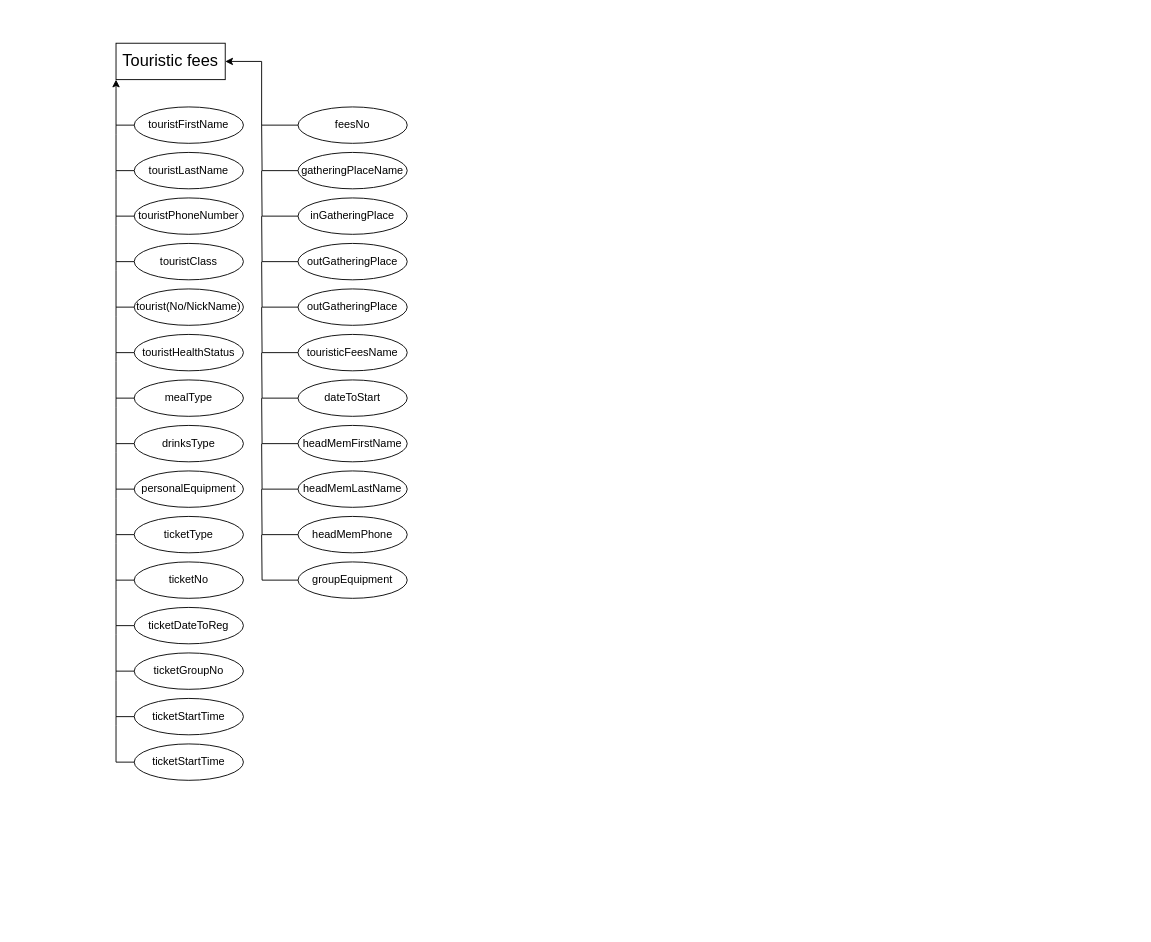
Above: Untitled Diagram.drawio in maxonchickdev/maxonchickdev (draw.io), before the change. Source tidied: cells renumbered, new cells numbered last; positions are measured from the earlier drawing's top-left corner, leaving out a move shared by most shapes. Both pictures are drawn from the tidied source at 91%, with x=0, y=0 at pixel (116, 43).
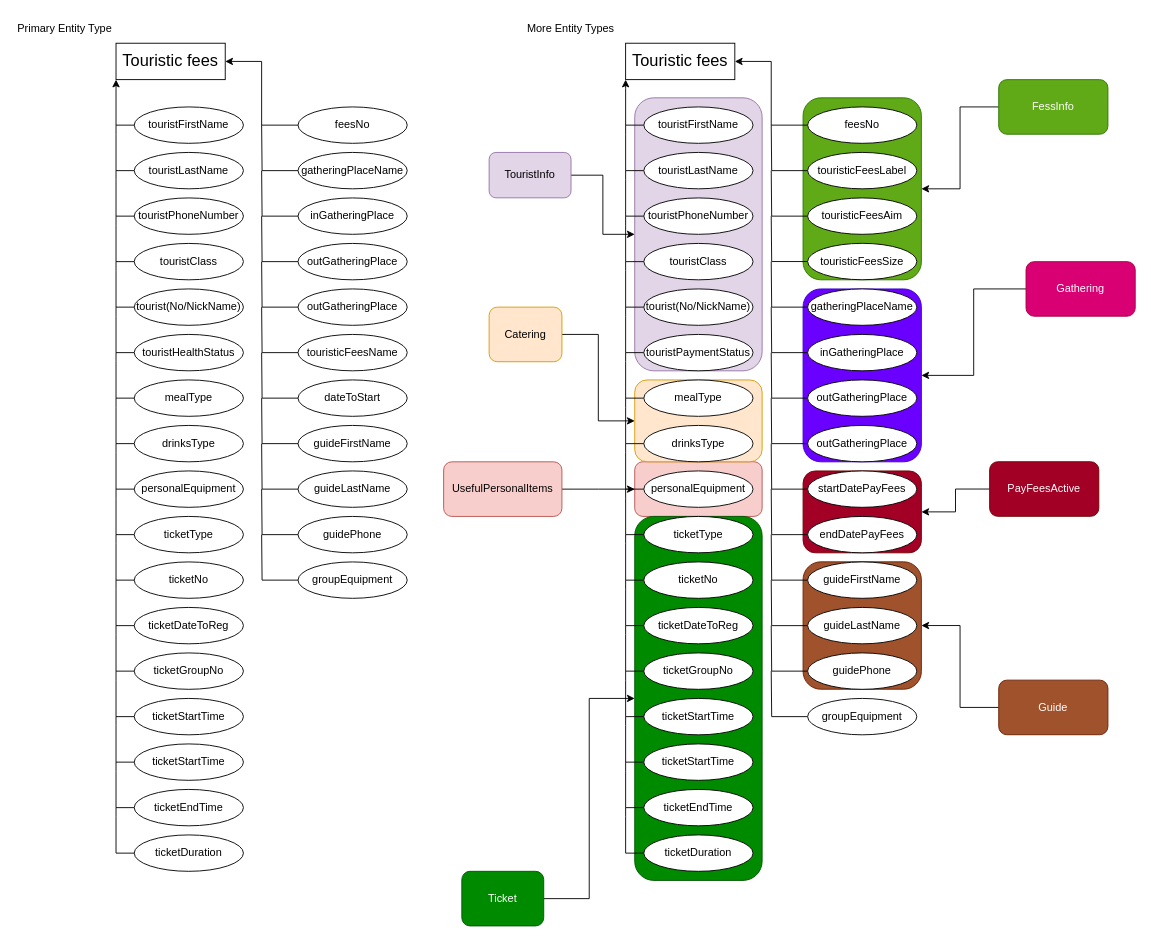
After the change.

What changed in the source:
```diff
@@
+    <mxCell id="55" style="rounded=1;whiteSpace=wrap;html=1;fillColor=#a0522d;fontColor=#ffffff;strokeColor=#6D1F00;" parent="1" vertex="1">
+      <mxGeometry x="755" y="569.9" width="130" height="140" as="geometry" />
+    </mxCell>
+    <mxCell id="56" style="rounded=1;whiteSpace=wrap;html=1;fillColor=#a20025;fontColor=#ffffff;strokeColor=#6F0000;" parent="1" vertex="1">
+      <mxGeometry x="755" y="470" width="130" height="90" as="geometry" />
+    </mxCell>
+    <mxCell id="57" style="rounded=1;whiteSpace=wrap;html=1;fillColor=#60a917;fontColor=#ffffff;strokeColor=#2D7600;" parent="1" vertex="1">
+      <mxGeometry x="755" y="60" width="130" height="200" as="geometry" />
+    </mxCell>
+    <mxCell id="58" style="rounded=1;whiteSpace=wrap;html=1;fillColor=#6a00ff;fontColor=#ffffff;strokeColor=#3700CC;" parent="1" vertex="1">
+      <mxGeometry x="755" y="270" width="130" height="190" as="geometry" />
+    </mxCell>
+    <mxCell id="59" style="rounded=1;whiteSpace=wrap;html=1;fillColor=#f8cecc;strokeColor=#b85450;" parent="1" vertex="1">
+      <mxGeometry x="570" y="459.9" width="140" height="60.1" as="geometry" />
+    </mxCell>
+    <mxCell id="60" style="rounded=1;whiteSpace=wrap;html=1;fillColor=#e1d5e7;strokeColor=#9673a6;" parent="1" vertex="1">
+      <mxGeometry x="570" y="60" width="140" height="300" as="geometry" />
+    </mxCell>
+    <mxCell id="61" style="rounded=1;whiteSpace=wrap;html=1;fillColor=#ffe6cc;strokeColor=#d79b00;" parent="1" vertex="1">
+      <mxGeometry x="570" y="370" width="140" height="90" as="geometry" />
+    </mxCell>
+    <mxCell id="62" style="rounded=1;whiteSpace=wrap;html=1;fillColor=#008a00;fontColor=#ffffff;strokeColor=#005700;" parent="1" vertex="1">
+      <mxGeometry x="570" y="520" width="140" height="400" as="geometry" />
+    </mxCell>
@@
-    <mxCell id="36" value="&lt;div&gt;headMemFirstName&lt;/div&gt;" style="ellipse;whiteSpace=wrap;html=1;" parent="1" vertex="1">
+    <mxCell id="36" value="&lt;div&gt;guideFirstName&lt;/div&gt;" style="ellipse;whiteSpace=wrap;html=1;" parent="1" vertex="1">
       <mxGeometry x="200" y="420" width="120" height="40" as="geometry" />
     </mxCell>
@@
-    <mxCell id="38" value="&lt;div&gt;headMemLastName&lt;/div&gt;" style="ellipse;whiteSpace=wrap;html=1;" parent="1" vertex="1">
+    <mxCell id="38" value="&lt;div&gt;guideLastName&lt;/div&gt;" style="ellipse;whiteSpace=wrap;html=1;" parent="1" vertex="1">
       <mxGeometry x="200" y="470" width="120" height="40" as="geometry" />
     </mxCell>
@@
-    <mxCell id="40" value="&lt;div&gt;headMemPhone&lt;/div&gt;" style="ellipse;whiteSpace=wrap;html=1;" parent="1" vertex="1">
+    <mxCell id="40" value="&lt;div&gt;guidePhone&lt;/div&gt;" style="ellipse;whiteSpace=wrap;html=1;" parent="1" vertex="1">
       <mxGeometry x="200" y="520" width="120" height="40" as="geometry" />
     </mxCell>
@@
+    <mxCell id="63" style="edgeStyle=orthogonalEdgeStyle;rounded=0;jettySize=auto;html=1;endArrow=none;endFill=0;" parent="1" edge="1" source="64">
+      <mxGeometry relative="1" as="geometry">
+        <mxPoint y="790" as="targetPoint" />
+      </mxGeometry>
+    </mxCell>
+    <mxCell id="64" value="ticketEndTime" style="ellipse;whiteSpace=wrap;html=1;" parent="1" vertex="1">
+      <mxGeometry x="20" y="820" width="120" height="40" as="geometry" />
+    </mxCell>
+    <mxCell id="65" style="edgeStyle=orthogonalEdgeStyle;rounded=0;jettySize=auto;html=1;endArrow=none;endFill=0;" parent="1" edge="1" source="66">
+      <mxGeometry relative="1" as="geometry">
+        <mxPoint y="840" as="targetPoint" />
+      </mxGeometry>
+    </mxCell>
+    <mxCell id="66" value="ticketDuration" style="ellipse;whiteSpace=wrap;html=1;" parent="1" vertex="1">
+      <mxGeometry x="20" y="870" width="120" height="40" as="geometry" />
+    </mxCell>
+    <mxCell id="67" value="&lt;font style=&quot;font-size: 18px;&quot;&gt;Touristic fees&lt;/font&gt;" style="rounded=0;whiteSpace=wrap;html=1;" parent="1" vertex="1">
+      <mxGeometry x="560" width="120" height="40" as="geometry" />
+    </mxCell>
+    <mxCell id="68" style="edgeStyle=orthogonalEdgeStyle;rounded=0;jettySize=auto;html=1;" parent="1" edge="1" source="69">
+      <mxGeometry relative="1" as="geometry">
+        <mxPoint x="560" y="40" as="targetPoint" />
+      </mxGeometry>
+    </mxCell>
+    <mxCell id="69" value="touristFirstName" style="ellipse;whiteSpace=wrap;html=1;" parent="1" vertex="1">
+      <mxGeometry x="580" y="70" width="120" height="40" as="geometry" />
+    </mxCell>
+    <mxCell id="70" style="edgeStyle=orthogonalEdgeStyle;rounded=0;jettySize=auto;html=1;endArrow=none;endFill=0;" parent="1" edge="1" source="71">
+      <mxGeometry relative="1" as="geometry">
+        <mxPoint x="560" y="90" as="targetPoint" />
+      </mxGeometry>
+    </mxCell>
+    <mxCell id="71" value="touristLastName" style="ellipse;whiteSpace=wrap;html=1;" parent="1" vertex="1">
+      <mxGeometry x="580" y="120" width="120" height="40" as="geometry" />
+    </mxCell>
+    <mxCell id="72" style="edgeStyle=orthogonalEdgeStyle;rounded=0;jettySize=auto;html=1;endArrow=none;endFill=0;" parent="1" edge="1" source="73">
+      <mxGeometry relative="1" as="geometry">
+        <mxPoint x="560" y="140" as="targetPoint" />
+      </mxGeometry>
+    </mxCell>
+    <mxCell id="73" value="touristPhoneNumber" style="ellipse;whiteSpace=wrap;html=1;" parent="1" vertex="1">
+      <mxGeometry x="580" y="170" width="120" height="40" as="geometry" />
+    </mxCell>
+    <mxCell id="74" style="edgeStyle=orthogonalEdgeStyle;rounded=0;jettySize=auto;html=1;endArrow=none;endFill=0;" parent="1" edge="1" source="75">
+      <mxGeometry relative="1" as="geometry">
+        <mxPoint x="560" y="190" as="targetPoint" />
+      </mxGeometry>
+    </mxCell>
+    <mxCell id="75" value="touristClass" style="ellipse;whiteSpace=wrap;html=1;" parent="1" vertex="1">
+      <mxGeometry x="580" y="220" width="120" height="40" as="geometry" />
+    </mxCell>
+    <mxCell id="76" style="edgeStyle=orthogonalEdgeStyle;rounded=0;jettySize=auto;html=1;endArrow=none;endFill=0;" parent="1" edge="1" source="77">
+      <mxGeometry relative="1" as="geometry">
+        <mxPoint x="560" y="240" as="targetPoint" />
+      </mxGeometry>
+    </mxCell>
+    <mxCell id="77" value="tourist(No/NickName)" style="ellipse;whiteSpace=wrap;html=1;" parent="1" vertex="1">
+      <mxGeometry x="580" y="270" width="120" height="40" as="geometry" />
+    </mxCell>
+    <mxCell id="78" style="edgeStyle=orthogonalEdgeStyle;rounded=0;jettySize=auto;html=1;endArrow=none;endFill=0;" parent="1" edge="1" source="79">
+      <mxGeometry relative="1" as="geometry">
+        <mxPoint x="560" y="290" as="targetPoint" />
+      </mxGeometry>
+    </mxCell>
+    <mxCell id="79" value="touristPaymentStatus" style="ellipse;whiteSpace=wrap;html=1;" parent="1" vertex="1">
+      <mxGeometry x="580" y="320" width="120" height="40" as="geometry" />
+    </mxCell>
+    <mxCell id="80" style="edgeStyle=orthogonalEdgeStyle;rounded=0;jettySize=auto;html=1;endArrow=none;endFill=0;" parent="1" edge="1" source="81">
+      <mxGeometry relative="1" as="geometry">
+        <mxPoint x="560" y="340" as="targetPoint" />
+      </mxGeometry>
+    </mxCell>
+    <mxCell id="81" value="mealType" style="ellipse;whiteSpace=wrap;html=1;" parent="1" vertex="1">
+      <mxGeometry x="580" y="370" width="120" height="40" as="geometry" />
+    </mxCell>
+    <mxCell id="82" style="edgeStyle=orthogonalEdgeStyle;rounded=0;jettySize=auto;html=1;endArrow=none;endFill=0;" parent="1" edge="1" source="83">
+      <mxGeometry relative="1" as="geometry">
+        <mxPoint x="560" y="390" as="targetPoint" />
+      </mxGeometry>
+    </mxCell>
+    <mxCell id="83" value="drinksType" style="ellipse;whiteSpace=wrap;html=1;" parent="1" vertex="1">
+      <mxGeometry x="580" y="420" width="120" height="40" as="geometry" />
+    </mxCell>
+    <mxCell id="84" style="edgeStyle=orthogonalEdgeStyle;rounded=0;jettySize=auto;html=1;endArrow=none;endFill=0;" parent="1" edge="1" source="85">
+      <mxGeometry relative="1" as="geometry">
+        <mxPoint x="560" y="440" as="targetPoint" />
+      </mxGeometry>
+    </mxCell>
+    <mxCell id="85" value="personalEquipment" style="ellipse;whiteSpace=wrap;html=1;" parent="1" vertex="1">
+      <mxGeometry x="580" y="470" width="120" height="40" as="geometry" />
+    </mxCell>
+    <mxCell id="86" style="edgeStyle=orthogonalEdgeStyle;rounded=0;jettySize=auto;html=1;entryX=1;entryY=0.5;entryDx=0;entryDy=0;" parent="1" edge="1" source="87" target="67">
+      <mxGeometry relative="1" as="geometry">
+        <Array as="points">
+          <mxPoint x="720" y="90" />
+          <mxPoint x="720" y="20" />
+        </Array>
+      </mxGeometry>
+    </mxCell>
+    <mxCell id="87" value="feesNo" style="ellipse;whiteSpace=wrap;html=1;" parent="1" vertex="1">
+      <mxGeometry x="760" y="70" width="120" height="40" as="geometry" />
+    </mxCell>
+    <mxCell id="88" style="edgeStyle=orthogonalEdgeStyle;rounded=0;jettySize=auto;html=1;endArrow=none;endFill=0;" parent="1" edge="1" source="89">
+      <mxGeometry relative="1" as="geometry">
+        <mxPoint x="720" y="240" as="targetPoint" />
+      </mxGeometry>
+    </mxCell>
+    <mxCell id="89" value="gatheringPlaceName" style="ellipse;whiteSpace=wrap;html=1;" parent="1" vertex="1">
+      <mxGeometry x="760" y="270" width="120" height="40" as="geometry" />
+    </mxCell>
+    <mxCell id="90" style="edgeStyle=orthogonalEdgeStyle;rounded=0;jettySize=auto;html=1;endArrow=none;endFill=0;" parent="1" edge="1" source="91">
+      <mxGeometry relative="1" as="geometry">
+        <mxPoint x="720" y="290" as="targetPoint" />
+      </mxGeometry>
+    </mxCell>
+    <mxCell id="91" value="inGatheringPlace" style="ellipse;whiteSpace=wrap;html=1;" parent="1" vertex="1">
+      <mxGeometry x="760" y="320" width="120" height="40" as="geometry" />
+    </mxCell>
+    <mxCell id="92" style="edgeStyle=orthogonalEdgeStyle;rounded=0;jettySize=auto;html=1;endArrow=none;endFill=0;" parent="1" edge="1" source="93">
+      <mxGeometry relative="1" as="geometry">
+        <mxPoint x="720" y="340" as="targetPoint" />
+      </mxGeometry>
+    </mxCell>
+    <mxCell id="93" value="outGatheringPlace" style="ellipse;whiteSpace=wrap;html=1;" parent="1" vertex="1">
+      <mxGeometry x="760" y="370" width="120" height="40" as="geometry" />
+    </mxCell>
+    <mxCell id="94" style="edgeStyle=orthogonalEdgeStyle;rounded=0;jettySize=auto;html=1;endArrow=none;endFill=0;" parent="1" edge="1" source="95">
+      <mxGeometry relative="1" as="geometry">
+        <mxPoint x="720" y="390" as="targetPoint" />
+      </mxGeometry>
+    </mxCell>
+    <mxCell id="95" value="outGatheringPlace" style="ellipse;whiteSpace=wrap;html=1;" parent="1" vertex="1">
+      <mxGeometry x="760" y="420" width="120" height="40" as="geometry" />
+    </mxCell>
+    <mxCell id="96" style="edgeStyle=orthogonalEdgeStyle;rounded=0;jettySize=auto;html=1;endArrow=none;endFill=0;" parent="1" edge="1" source="97">
+      <mxGeometry relative="1" as="geometry">
+        <mxPoint x="720" y="90" as="targetPoint" />
+      </mxGeometry>
+    </mxCell>
+    <mxCell id="97" value="touristicFeesLabel" style="ellipse;whiteSpace=wrap;html=1;" parent="1" vertex="1">
+      <mxGeometry x="760" y="120" width="120" height="40" as="geometry" />
+    </mxCell>
+    <mxCell id="98" style="edgeStyle=orthogonalEdgeStyle;rounded=0;jettySize=auto;html=1;endArrow=none;endFill=0;" parent="1" edge="1" source="99">
+      <mxGeometry relative="1" as="geometry">
+        <mxPoint x="720" y="440" as="targetPoint" />
+      </mxGeometry>
+    </mxCell>
+    <mxCell id="99" value="startDatePayFees" style="ellipse;whiteSpace=wrap;html=1;" parent="1" vertex="1">
+      <mxGeometry x="760" y="470" width="120" height="40" as="geometry" />
+    </mxCell>
+    <mxCell id="100" style="edgeStyle=orthogonalEdgeStyle;rounded=0;jettySize=auto;html=1;endArrow=none;endFill=0;" parent="1" edge="1" source="101">
+      <mxGeometry relative="1" as="geometry">
+        <mxPoint x="720" y="540" as="targetPoint" />
+      </mxGeometry>
+    </mxCell>
+    <mxCell id="101" value="&lt;div&gt;guideFirstName&lt;/div&gt;" style="ellipse;whiteSpace=wrap;html=1;" parent="1" vertex="1">
+      <mxGeometry x="760" y="570" width="120" height="40" as="geometry" />
+    </mxCell>
+    <mxCell id="102" style="edgeStyle=orthogonalEdgeStyle;rounded=0;jettySize=auto;html=1;endArrow=none;endFill=0;" parent="1" edge="1" source="103">
+      <mxGeometry relative="1" as="geometry">
+        <mxPoint x="720" y="590" as="targetPoint" />
+      </mxGeometry>
+    </mxCell>
+    <mxCell id="103" value="&lt;div&gt;guideLastName&lt;/div&gt;" style="ellipse;whiteSpace=wrap;html=1;" parent="1" vertex="1">
+      <mxGeometry x="760" y="620" width="120" height="40" as="geometry" />
+    </mxCell>
+    <mxCell id="104" style="edgeStyle=orthogonalEdgeStyle;rounded=0;jettySize=auto;html=1;endArrow=none;endFill=0;" parent="1" edge="1" source="105">
+      <mxGeometry relative="1" as="geometry">
+        <mxPoint x="720" y="640" as="targetPoint" />
+      </mxGeometry>
+    </mxCell>
+    <mxCell id="105" value="&lt;div&gt;guidePhone&lt;/div&gt;" style="ellipse;whiteSpace=wrap;html=1;" parent="1" vertex="1">
+      <mxGeometry x="760" y="670" width="120" height="40" as="geometry" />
+    </mxCell>
+    <mxCell id="106" style="edgeStyle=orthogonalEdgeStyle;rounded=0;jettySize=auto;html=1;endArrow=none;endFill=0;" parent="1" edge="1" source="107">
+      <mxGeometry relative="1" as="geometry">
+        <mxPoint x="720" y="690" as="targetPoint" />
+      </mxGeometry>
+    </mxCell>
+    <mxCell id="107" value="groupEquipment" style="ellipse;whiteSpace=wrap;html=1;" parent="1" vertex="1">
+      <mxGeometry x="760" y="720" width="120" height="40" as="geometry" />
+    </mxCell>
+    <mxCell id="108" style="edgeStyle=orthogonalEdgeStyle;rounded=0;jettySize=auto;html=1;endArrow=none;endFill=0;" parent="1" edge="1" source="109">
+      <mxGeometry relative="1" as="geometry">
+        <mxPoint x="560" y="490" as="targetPoint" />
+      </mxGeometry>
+    </mxCell>
+    <mxCell id="109" value="ticketType" style="ellipse;whiteSpace=wrap;html=1;" parent="1" vertex="1">
+      <mxGeometry x="580" y="520" width="120" height="40" as="geometry" />
+    </mxCell>
+    <mxCell id="110" style="edgeStyle=orthogonalEdgeStyle;rounded=0;jettySize=auto;html=1;endArrow=none;endFill=0;" parent="1" edge="1" source="111">
+      <mxGeometry relative="1" as="geometry">
+        <mxPoint x="560" y="540" as="targetPoint" />
+      </mxGeometry>
+    </mxCell>
+    <mxCell id="111" value="ticketNo" style="ellipse;whiteSpace=wrap;html=1;" parent="1" vertex="1">
+      <mxGeometry x="580" y="570" width="120" height="40" as="geometry" />
+    </mxCell>
+    <mxCell id="112" style="edgeStyle=orthogonalEdgeStyle;rounded=0;jettySize=auto;html=1;endArrow=none;endFill=0;" parent="1" edge="1" source="113">
+      <mxGeometry relative="1" as="geometry">
+        <mxPoint x="560" y="590" as="targetPoint" />
+      </mxGeometry>
+    </mxCell>
+    <mxCell id="113" value="ticketDateToReg" style="ellipse;whiteSpace=wrap;html=1;" parent="1" vertex="1">
+      <mxGeometry x="580" y="620" width="120" height="40" as="geometry" />
+    </mxCell>
+    <mxCell id="114" style="edgeStyle=orthogonalEdgeStyle;rounded=0;jettySize=auto;html=1;endArrow=none;endFill=0;" parent="1" edge="1" source="115">
+      <mxGeometry relative="1" as="geometry">
+        <mxPoint x="560" y="640" as="targetPoint" />
+      </mxGeometry>
+    </mxCell>
+    <mxCell id="115" value="ticketGroupNo" style="ellipse;whiteSpace=wrap;html=1;" parent="1" vertex="1">
+      <mxGeometry x="580" y="670" width="120" height="40" as="geometry" />
+    </mxCell>
+    <mxCell id="116" style="edgeStyle=orthogonalEdgeStyle;rounded=0;jettySize=auto;html=1;endArrow=none;endFill=0;" parent="1" edge="1" source="117">
+      <mxGeometry relative="1" as="geometry">
+        <mxPoint x="560" y="690" as="targetPoint" />
+      </mxGeometry>
+    </mxCell>
+    <mxCell id="117" value="ticketStartTime" style="ellipse;whiteSpace=wrap;html=1;" parent="1" vertex="1">
+      <mxGeometry x="580" y="720" width="120" height="40" as="geometry" />
+    </mxCell>
+    <mxCell id="118" style="edgeStyle=orthogonalEdgeStyle;rounded=0;jettySize=auto;html=1;endArrow=none;endFill=0;" parent="1" edge="1" source="119">
+      <mxGeometry relative="1" as="geometry">
+        <mxPoint x="560" y="740" as="targetPoint" />
+      </mxGeometry>
+    </mxCell>
+    <mxCell id="119" value="ticketStartTime" style="ellipse;whiteSpace=wrap;html=1;" parent="1" vertex="1">
+      <mxGeometry x="580" y="770" width="120" height="40" as="geometry" />
+    </mxCell>
+    <mxCell id="120" style="edgeStyle=orthogonalEdgeStyle;rounded=0;jettySize=auto;html=1;endArrow=none;endFill=0;" parent="1" edge="1" source="121">
+      <mxGeometry relative="1" as="geometry">
+        <mxPoint x="560" y="790" as="targetPoint" />
+      </mxGeometry>
+    </mxCell>
+    <mxCell id="121" value="ticketEndTime" style="ellipse;whiteSpace=wrap;html=1;" parent="1" vertex="1">
+      <mxGeometry x="580" y="820" width="120" height="40" as="geometry" />
+    </mxCell>
+    <mxCell id="122" style="edgeStyle=orthogonalEdgeStyle;rounded=0;jettySize=auto;html=1;endArrow=none;endFill=0;" parent="1" edge="1" source="123">
+      <mxGeometry relative="1" as="geometry">
+        <mxPoint x="560" y="840" as="targetPoint" />
+      </mxGeometry>
+    </mxCell>
+    <mxCell id="123" value="ticketDuration" style="ellipse;whiteSpace=wrap;html=1;" parent="1" vertex="1">
+      <mxGeometry x="580" y="870" width="120" height="40" as="geometry" />
+    </mxCell>
+    <mxCell id="124" value="Primary Entity Type" style="text;whiteSpace=wrap;" parent="1" vertex="1">
+      <mxGeometry x="-110" y="-30" width="140" height="40" as="geometry" />
+    </mxCell>
+    <mxCell id="125" value="More Entity Types" style="text;whiteSpace=wrap;" parent="1" vertex="1">
+      <mxGeometry x="450" y="-30" width="130" height="40" as="geometry" />
+    </mxCell>
+    <mxCell id="126" style="edgeStyle=orthogonalEdgeStyle;rounded=0;jettySize=auto;html=1;entryX=0;entryY=0.5;entryDx=0;entryDy=0;" parent="1" edge="1" source="127" target="62">
+      <mxGeometry relative="1" as="geometry" />
+    </mxCell>
+    <mxCell id="127" value="Ticket" style="rounded=1;whiteSpace=wrap;html=1;fillColor=#008a00;fontColor=#ffffff;strokeColor=#005700;" parent="1" vertex="1">
+      <mxGeometry x="380" y="910" width="90" height="60" as="geometry" />
+    </mxCell>
+    <mxCell id="128" style="edgeStyle=orthogonalEdgeStyle;rounded=0;jettySize=auto;html=1;entryX=0;entryY=0.5;entryDx=0;entryDy=0;" parent="1" edge="1" source="129" target="61">
+      <mxGeometry relative="1" as="geometry" />
+    </mxCell>
+    <mxCell id="129" value="Catering" style="rounded=1;whiteSpace=wrap;html=1;fillColor=#ffe6cc;strokeColor=#d79b00;" parent="1" vertex="1">
+      <mxGeometry x="410" y="290" width="80" height="60" as="geometry" />
+    </mxCell>
+    <mxCell id="130" style="edgeStyle=orthogonalEdgeStyle;rounded=0;jettySize=auto;html=1;entryX=0;entryY=0.5;entryDx=0;entryDy=0;" parent="1" edge="1" source="131" target="60">
+      <mxGeometry relative="1" as="geometry" />
+    </mxCell>
+    <mxCell id="131" value="TouristInfo" style="rounded=1;whiteSpace=wrap;html=1;fillColor=#e1d5e7;strokeColor=#9673a6;" parent="1" vertex="1">
+      <mxGeometry x="410" y="120" width="90" height="49.9" as="geometry" />
+    </mxCell>
+    <mxCell id="132" style="edgeStyle=orthogonalEdgeStyle;rounded=0;jettySize=auto;html=1;" parent="1" edge="1" source="133">
+      <mxGeometry relative="1" as="geometry">
+        <mxPoint x="570" y="490" as="targetPoint" />
+      </mxGeometry>
+    </mxCell>
+    <mxCell id="133" value="UsefulPersonalItems" style="rounded=1;whiteSpace=wrap;html=1;fillColor=#f8cecc;strokeColor=#b85450;" parent="1" vertex="1">
+      <mxGeometry x="360" y="460" width="130" height="60" as="geometry" />
+    </mxCell>
+    <mxCell id="134" style="edgeStyle=orthogonalEdgeStyle;rounded=0;jettySize=auto;html=1;entryX=1;entryY=0.5;entryDx=0;entryDy=0;" parent="1" edge="1" source="135" target="58">
+      <mxGeometry relative="1" as="geometry" />
+    </mxCell>
+    <mxCell id="135" value="Gathering" style="rounded=1;whiteSpace=wrap;html=1;fillColor=#d80073;fontColor=#ffffff;strokeColor=#A50040;" parent="1" vertex="1">
+      <mxGeometry x="1000" y="240" width="120" height="60" as="geometry" />
+    </mxCell>
+    <mxCell id="136" style="edgeStyle=orthogonalEdgeStyle;rounded=0;jettySize=auto;html=1;endArrow=none;endFill=0;" parent="1" edge="1" source="137">
+      <mxGeometry relative="1" as="geometry">
+        <mxPoint x="720" y="140" as="targetPoint" />
+      </mxGeometry>
+    </mxCell>
+    <mxCell id="137" value="touristicFeesAim" style="ellipse;whiteSpace=wrap;html=1;" parent="1" vertex="1">
+      <mxGeometry x="760" y="170" width="120" height="40" as="geometry" />
+    </mxCell>
+    <mxCell id="138" style="edgeStyle=orthogonalEdgeStyle;rounded=0;jettySize=auto;html=1;endArrow=none;endFill=0;" parent="1" edge="1" source="139">
+      <mxGeometry relative="1" as="geometry">
+        <mxPoint x="720" y="190" as="targetPoint" />
+      </mxGeometry>
+    </mxCell>
+    <mxCell id="139" value="touristicFeesSize" style="ellipse;whiteSpace=wrap;html=1;" parent="1" vertex="1">
+      <mxGeometry x="760" y="219.9" width="120" height="40" as="geometry" />
+    </mxCell>
+    <mxCell id="140" style="edgeStyle=orthogonalEdgeStyle;rounded=0;jettySize=auto;html=1;entryX=1;entryY=0.5;entryDx=0;entryDy=0;" parent="1" edge="1" source="141" target="57">
+      <mxGeometry relative="1" as="geometry" />
+    </mxCell>
+    <mxCell id="141" value="FessInfo" style="rounded=1;whiteSpace=wrap;html=1;fillColor=#60a917;fontColor=#ffffff;strokeColor=#2D7600;" parent="1" vertex="1">
+      <mxGeometry x="970" y="40" width="120" height="60" as="geometry" />
+    </mxCell>
+    <mxCell id="142" style="edgeStyle=orthogonalEdgeStyle;rounded=0;jettySize=auto;html=1;endArrow=none;endFill=0;" parent="1" edge="1" source="143">
+      <mxGeometry relative="1" as="geometry">
+        <mxPoint x="720" y="490" as="targetPoint" />
+      </mxGeometry>
+    </mxCell>
+    <mxCell id="143" value="endDatePayFees" style="ellipse;whiteSpace=wrap;html=1;" parent="1" vertex="1">
+      <mxGeometry x="760" y="520" width="120" height="40" as="geometry" />
+    </mxCell>
+    <mxCell id="144" style="edgeStyle=orthogonalEdgeStyle;rounded=0;jettySize=auto;html=1;entryX=1;entryY=0.5;entryDx=0;entryDy=0;" parent="1" edge="1" source="145" target="56">
+      <mxGeometry relative="1" as="geometry" />
+    </mxCell>
+    <mxCell id="145" value="PayFeesActive" style="rounded=1;whiteSpace=wrap;html=1;fillColor=#a20025;fontColor=#ffffff;strokeColor=#6F0000;" parent="1" vertex="1">
+      <mxGeometry x="960" y="459.9" width="120" height="60" as="geometry" />
+    </mxCell>
+    <mxCell id="146" style="edgeStyle=orthogonalEdgeStyle;rounded=0;jettySize=auto;html=1;entryX=1;entryY=0.5;entryDx=0;entryDy=0;" parent="1" edge="1" source="147" target="55">
+      <mxGeometry relative="1" as="geometry" />
+    </mxCell>
+    <mxCell id="147" value="Guide" style="rounded=1;whiteSpace=wrap;html=1;fillColor=#a0522d;fontColor=#ffffff;strokeColor=#6D1F00;" parent="1" vertex="1">
+      <mxGeometry x="970" y="699.9" width="120" height="60" as="geometry" />
+    </mxCell>
```
